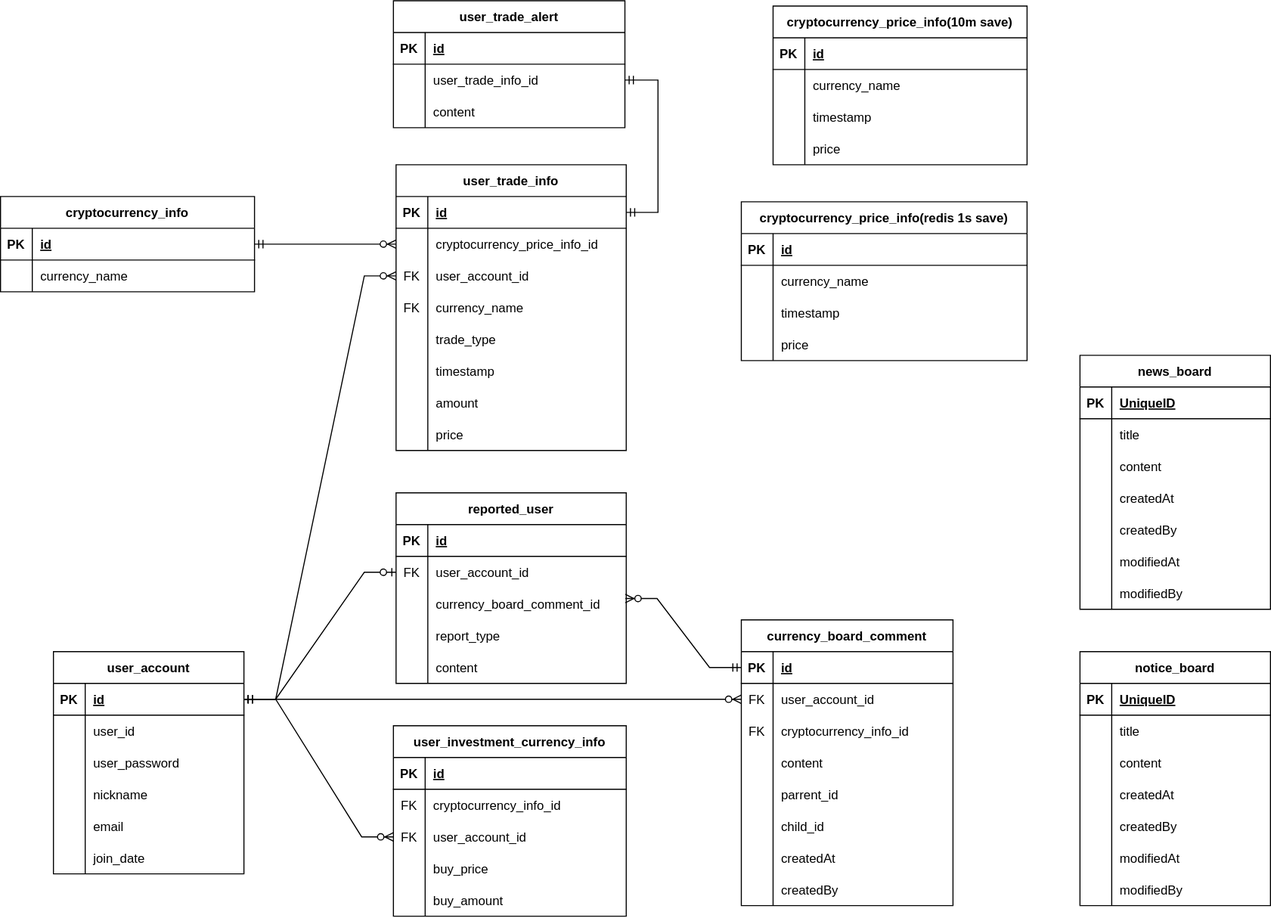
The draw.io diagram document/erd.svg in O0oO0Oo/Bitcoin-Simulated-Investment-BE, before a commit. Source tidied: cells renumbered, new cells last; positions are measured from the earlier drawing's top-left corner, leaving out a move shared by most shapes.
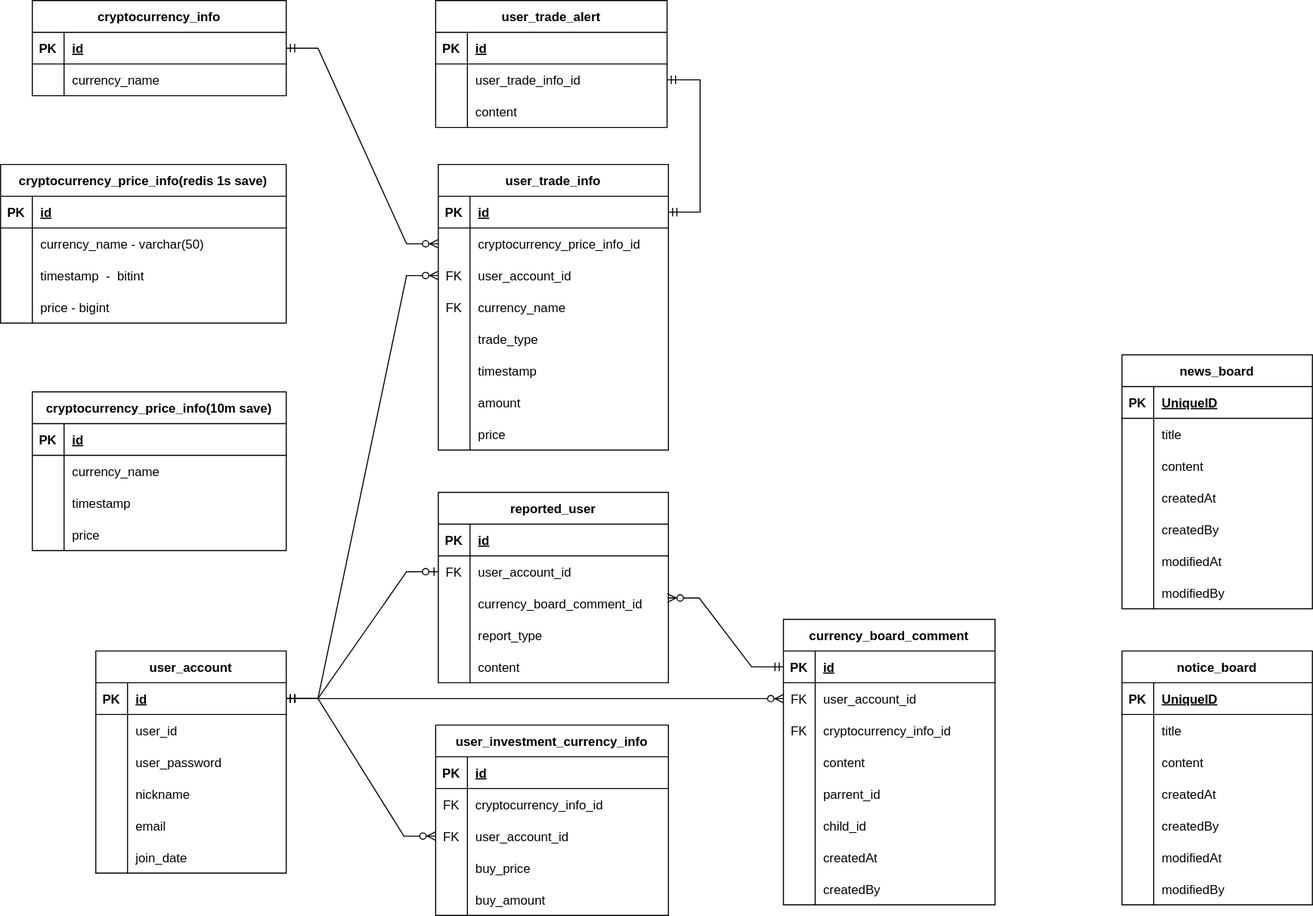
Later version of the same file.

Diff of the diagram source:
```diff
@@ -267,7 +267,7 @@
       <mxGeometry x="30" width="150" height="30" as="geometry" />
     </mxCell>
     <mxCell id="90" value="cryptocurrency_price_info(10m save)" style="shape=table;startSize=30;rowLines=0;fontStyle=1;align=center;" parent="1" vertex="1">
-      <mxGeometry x="730" y="5" width="240" height="150" as="geometry" />
+      <mxGeometry x="-10" y="370" width="240" height="150" as="geometry" />
     </mxCell>
     <mxCell id="91" style="shape=tableRow;horizontal=0;startSize=0;swimlaneHead=0;swimlaneBody=0;fillColor=none;top=0;left=0;right=0;bottom=1;" parent="90" vertex="1">
       <mxGeometry y="30" width="240" height="30" as="geometry" />
@@ -495,7 +495,7 @@
       <mxGeometry relative="1" as="geometry" />
     </mxCell>
     <mxCell id="166" value="cryptocurrency_price_info(redis 1s save)" style="shape=table;startSize=30;rowLines=0;fontStyle=1;align=center;" parent="1" vertex="1">
-      <mxGeometry x="700" y="190" width="270" height="150" as="geometry" />
+      <mxGeometry x="-40" y="155" width="270" height="150" as="geometry" />
     </mxCell>
     <mxCell id="167" style="shape=tableRow;horizontal=0;startSize=0;swimlaneHead=0;swimlaneBody=0;fillColor=none;top=0;left=0;right=0;bottom=1;" parent="166" vertex="1">
       <mxGeometry y="30" width="270" height="30" as="geometry" />
@@ -512,7 +512,7 @@
     <mxCell id="171" style="shape=partialRectangle;fillColor=none;top=0;left=0;bottom=0;right=0;overflow=hidden;" parent="170" vertex="1">
       <mxGeometry width="30" height="30" as="geometry" />
     </mxCell>
-    <mxCell id="172" value="currency_name" style="shape=partialRectangle;fillColor=none;top=0;left=0;bottom=0;right=0;align=left;spacingLeft=6;overflow=hidden;" parent="170" vertex="1">
+    <mxCell id="172" value="currency_name - varchar(50)" style="shape=partialRectangle;fillColor=none;top=0;left=0;bottom=0;right=0;align=left;spacingLeft=6;overflow=hidden;" parent="170" vertex="1">
       <mxGeometry x="30" width="240" height="30" as="geometry" />
     </mxCell>
     <mxCell id="173" style="shape=tableRow;horizontal=0;startSize=0;swimlaneHead=0;swimlaneBody=0;fillColor=none;top=0;left=0;right=0;bottom=0;" parent="166" vertex="1">
@@ -521,7 +521,7 @@
     <mxCell id="174" style="shape=partialRectangle;fillColor=none;top=0;left=0;bottom=0;right=0;overflow=hidden;" parent="173" vertex="1">
       <mxGeometry width="30" height="30" as="geometry" />
     </mxCell>
-    <mxCell id="175" value="timestamp" style="shape=partialRectangle;fillColor=none;top=0;left=0;bottom=0;right=0;align=left;spacingLeft=6;overflow=hidden;" parent="173" vertex="1">
+    <mxCell id="175" value="timestamp  -  bitint" style="shape=partialRectangle;fillColor=none;top=0;left=0;bottom=0;right=0;align=left;spacingLeft=6;overflow=hidden;" parent="173" vertex="1">
       <mxGeometry x="30" width="240" height="30" as="geometry" />
     </mxCell>
     <mxCell id="176" style="shape=tableRow;horizontal=0;startSize=0;swimlaneHead=0;swimlaneBody=0;fillColor=none;top=0;left=0;right=0;bottom=0;" parent="166" vertex="1">
@@ -530,7 +530,7 @@
     <mxCell id="177" style="shape=partialRectangle;fillColor=none;top=0;left=0;bottom=0;right=0;overflow=hidden;" parent="176" vertex="1">
       <mxGeometry width="30" height="30" as="geometry" />
     </mxCell>
-    <mxCell id="178" value="price" style="shape=partialRectangle;fillColor=none;top=0;left=0;bottom=0;right=0;align=left;spacingLeft=6;overflow=hidden;" parent="176" vertex="1">
+    <mxCell id="178" value="price - bigint" style="shape=partialRectangle;fillColor=none;top=0;left=0;bottom=0;right=0;align=left;spacingLeft=6;overflow=hidden;" parent="176" vertex="1">
       <mxGeometry x="30" width="240" height="30" as="geometry" />
     </mxCell>
     <mxCell id="179" value="user_trade_alert" style="shape=table;startSize=30;rowLines=0;fontStyle=1;align=center;" parent="1" vertex="1">
@@ -567,7 +567,7 @@
       <mxGeometry relative="1" as="geometry" />
     </mxCell>
     <mxCell id="190" value="cryptocurrency_info" style="shape=table;startSize=30;rowLines=0;fontStyle=1;align=center;" parent="1" vertex="1">
-      <mxGeometry y="185" width="240" height="90" as="geometry" />
+      <mxGeometry x="-10" width="240" height="90" as="geometry" />
     </mxCell>
     <mxCell id="191" style="shape=tableRow;horizontal=0;startSize=0;swimlaneHead=0;swimlaneBody=0;fillColor=none;points=[[0,0.5],[1,0.5]];portConstraint=eastwest;top=0;left=0;right=0;bottom=1;" parent="190" vertex="1">
       <mxGeometry y="30" width="240" height="30" as="geometry" />
```
